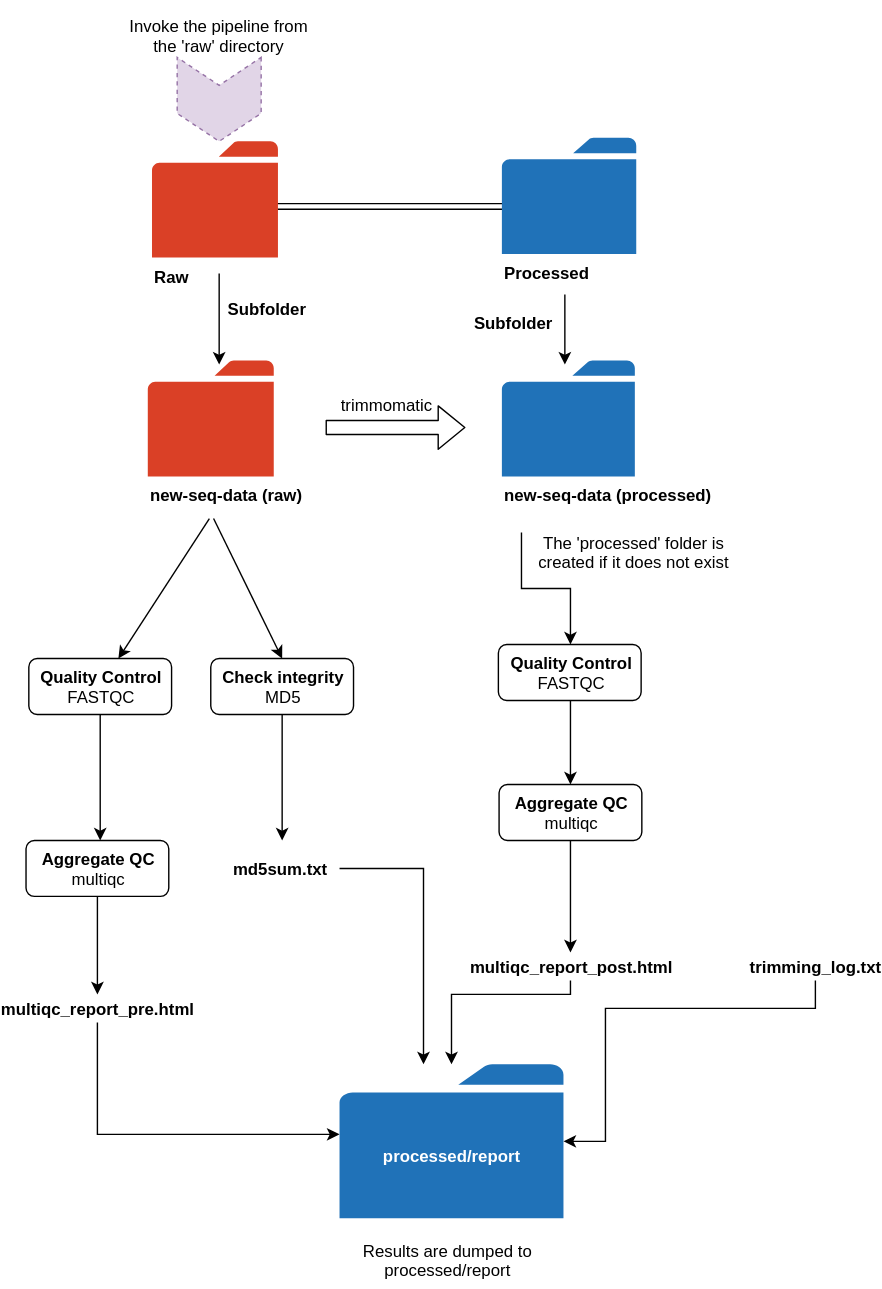
Before: docs/img/trimmomatic-nf.svg, a diagram exported from draw.io (AndersenLab/dry-guide). Source tidied: cells renumbered, new cells last; positions are measured from the earlier drawing's top-left corner, leaving out a move shared by most shapes.
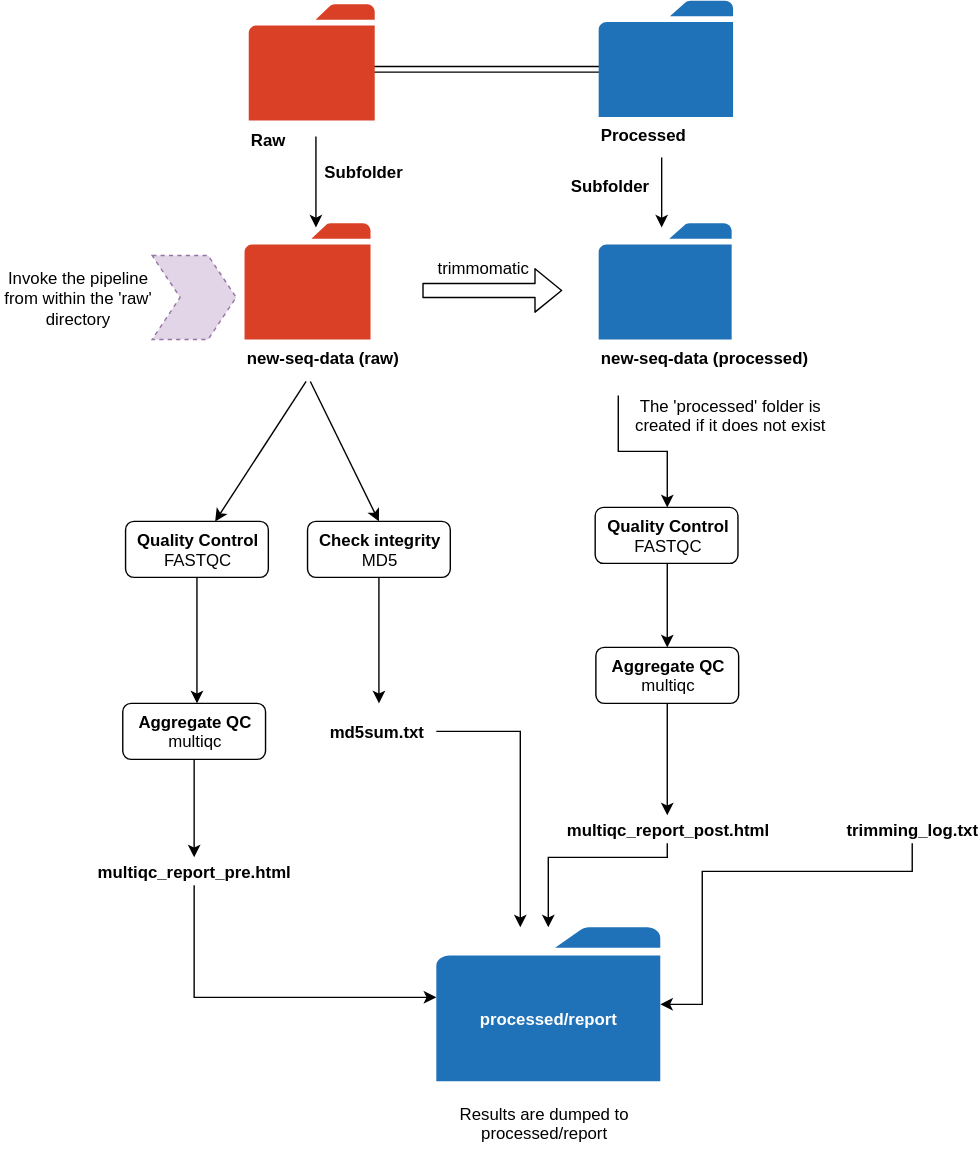
Later version of the same file.

Commit message:
Update overview image to make it cleearer

Change to the diagram source:
```diff
@@ -157,11 +157,11 @@
     <mxCell id="35" value="&lt;b&gt;Raw&lt;/b&gt;" style="shadow=0;dashed=0;html=1;strokeColor=none;labelPosition=center;verticalLabelPosition=bottom;verticalAlign=top;shape=mxgraph.office.concepts.folder;fillColor=#DA4026;glass=0;comic=0;align=left;" parent="1" vertex="1">
       <mxGeometry x="90" y="100.5" width="90" height="83" as="geometry" />
     </mxCell>
-    <mxCell id="36" style="shape=step;perimeter=stepPerimeter;whiteSpace=wrap;html=1;fixedSize=1;shadow=0;glass=0;dashed=1;comic=0;fontColor=#FFFFFF;align=left;rotation=90;fillColor=#e1d5e7;strokeColor=#9673a6;" parent="1" vertex="1">
-      <mxGeometry x="108" y="40.5" width="60" height="60" as="geometry" />
+    <mxCell id="36" style="shape=step;perimeter=stepPerimeter;whiteSpace=wrap;html=1;fixedSize=1;shadow=0;glass=0;dashed=1;comic=0;fontColor=#FFFFFF;align=left;rotation=0;fillColor=#e1d5e7;strokeColor=#9673a6;" parent="1" vertex="1">
+      <mxGeometry x="21" y="280" width="60" height="60" as="geometry" />
     </mxCell>
-    <mxCell id="37" value="&lt;font color=&quot;#000000&quot;&gt;Invoke the pipeline from the 'raw' directory&lt;/font&gt;" style="text;html=1;strokeColor=none;fillColor=none;align=center;verticalAlign=middle;whiteSpace=wrap;rounded=0;shadow=0;glass=0;dashed=1;comic=0;fontColor=#FFFFFF;" parent="1" vertex="1">
-      <mxGeometry x="68" width="140" height="50" as="geometry" />
+    <mxCell id="37" value="&lt;font color=&quot;#000000&quot;&gt;Invoke the pipeline from within the 'raw' directory&lt;/font&gt;" style="text;html=1;strokeColor=none;fillColor=none;align=center;verticalAlign=middle;whiteSpace=wrap;rounded=0;shadow=0;glass=0;dashed=1;comic=0;fontColor=#FFFFFF;" parent="1" vertex="1">
+      <mxGeometry x="-87" y="282.5" width="111" height="55" as="geometry" />
     </mxCell>
     <mxCell id="38" value="&lt;b&gt;new-seq-data (processed)&lt;/b&gt;" style="shadow=0;dashed=0;html=1;strokeColor=none;labelPosition=center;verticalLabelPosition=bottom;verticalAlign=top;shape=mxgraph.office.concepts.folder;fillColor=#2072B8;glass=0;comic=0;align=left;" parent="1" vertex="1">
       <mxGeometry x="340" y="257" width="95" height="83" as="geometry" />
```
